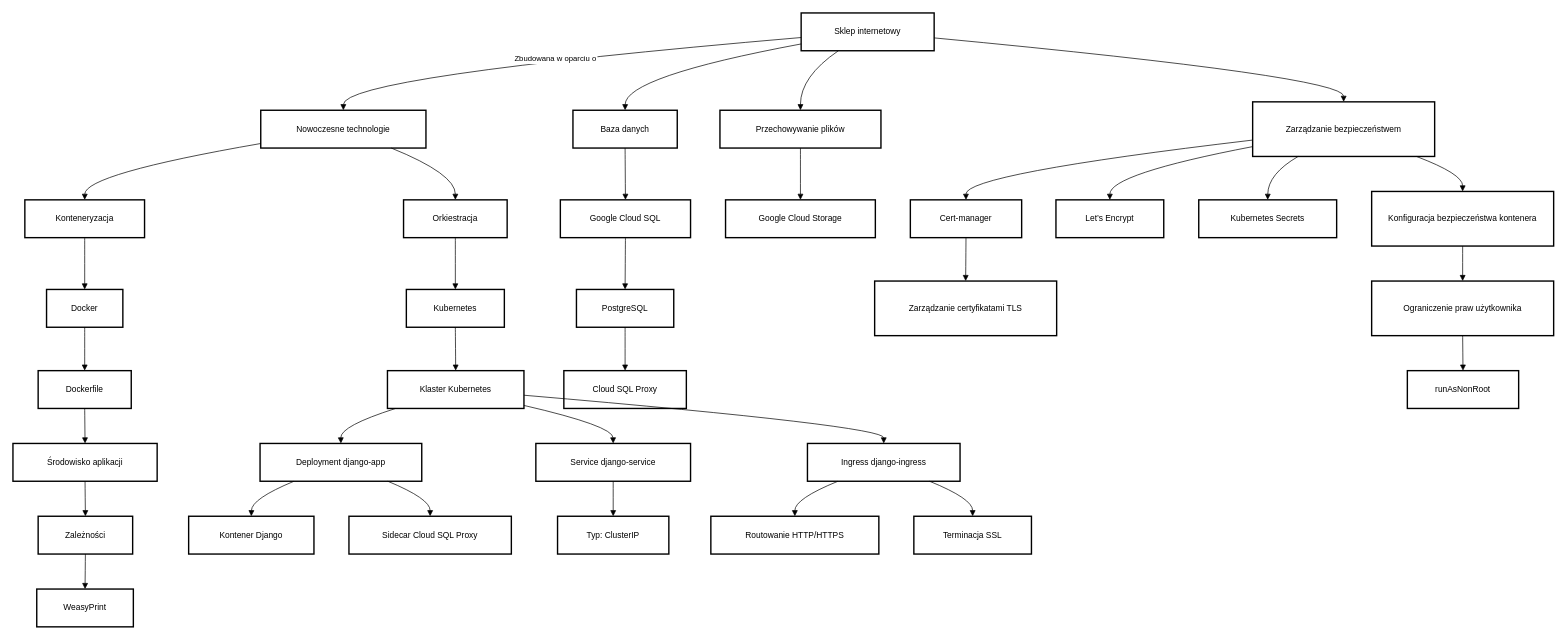
Above: Diagram bez tytułu.drawio in LukLuk01/schematy (draw.io), before the change. Source tidied: cells renumbered, new cells numbered last; positions are measured from the earlier drawing's top-left corner, leaving out a move shared by most shapes. Both pictures are drawn from the tidied source at 70%, with x=0, y=0 at pixel (13, 13).
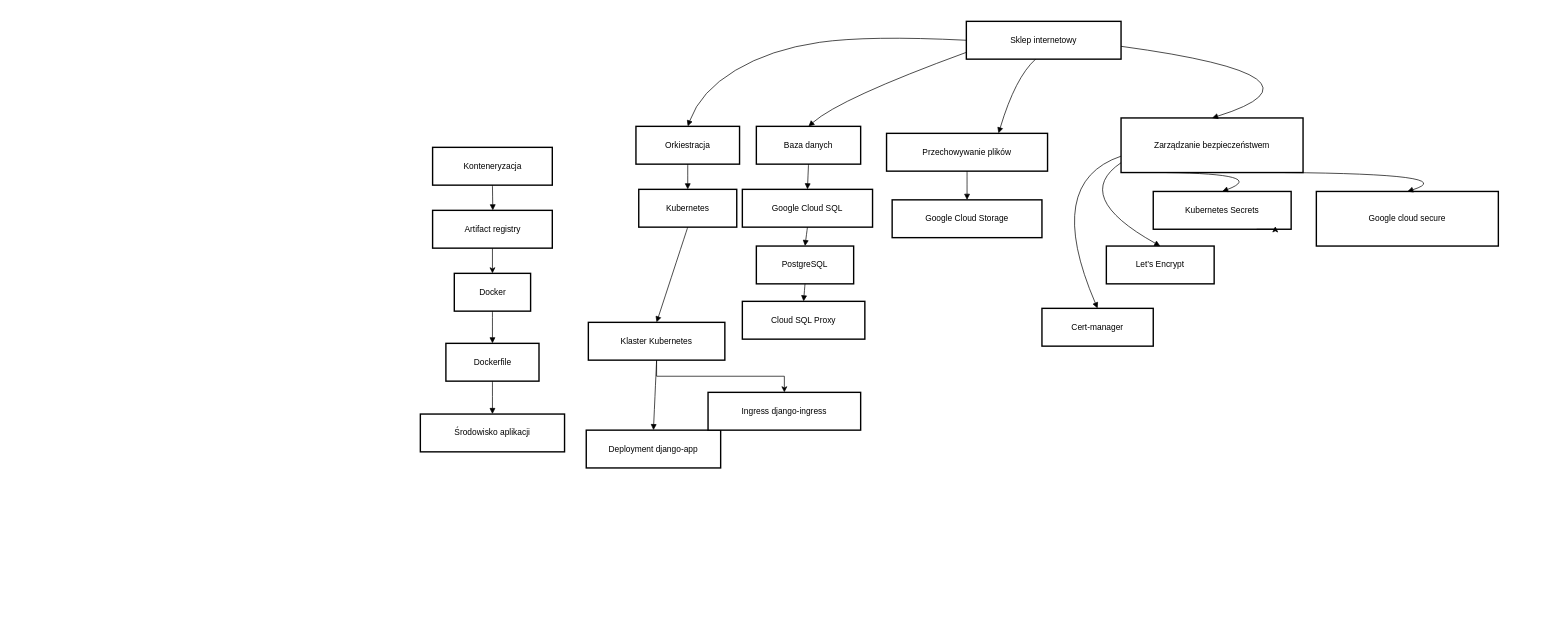
After the change.

What changed in the source:
```diff
@@
     <mxCell id="2" value="Sklep internetowy" style="whiteSpace=wrap;strokeWidth=2;" parent="1" vertex="1">
-      <mxGeometry x="1126" width="190" height="54" as="geometry" />
+      <mxGeometry x="1362" y="12" width="221" height="54" as="geometry" />
     </mxCell>
-    <mxCell id="3" value="Nowoczesne technologie" style="whiteSpace=wrap;strokeWidth=2;" parent="1" vertex="1">
-      <mxGeometry x="354" y="139" width="236" height="54" as="geometry" />
-    </mxCell>
     <mxCell id="4" value="Konteneryzacja" style="whiteSpace=wrap;strokeWidth=2;" parent="1" vertex="1">
-      <mxGeometry x="17" y="267" width="171" height="54" as="geometry" />
+      <mxGeometry x="599.5" y="192" width="171" height="54" as="geometry" />
     </mxCell>
     <mxCell id="5" value="Orkiestracja" style="whiteSpace=wrap;strokeWidth=2;" parent="1" vertex="1">
-      <mxGeometry x="558" y="267" width="148" height="54" as="geometry" />
+      <mxGeometry x="890" y="162" width="148" height="54" as="geometry" />
     </mxCell>
     <mxCell id="6" value="Docker" style="whiteSpace=wrap;strokeWidth=2;" parent="1" vertex="1">
-      <mxGeometry x="48" y="395" width="109" height="54" as="geometry" />
+      <mxGeometry x="630.5" y="372" width="109" height="54" as="geometry" />
     </mxCell>
     <mxCell id="7" value="Kubernetes" style="whiteSpace=wrap;strokeWidth=2;" parent="1" vertex="1">
-      <mxGeometry x="562" y="395" width="140" height="54" as="geometry" />
+      <mxGeometry x="894" y="252" width="140" height="54" as="geometry" />
     </mxCell>
     <mxCell id="8" value="Dockerfile" style="whiteSpace=wrap;strokeWidth=2;" parent="1" vertex="1">
-      <mxGeometry x="36" y="511" width="133" height="54" as="geometry" />
+      <mxGeometry x="618.5" y="472" width="133" height="54" as="geometry" />
     </mxCell>
     <mxCell id="9" value="Środowisko aplikacji" style="whiteSpace=wrap;strokeWidth=2;" parent="1" vertex="1">
-      <mxGeometry y="615" width="206" height="54" as="geometry" />
+      <mxGeometry x="582" y="573" width="206" height="54" as="geometry" />
     </mxCell>
-    <mxCell id="10" value="Zależności" style="whiteSpace=wrap;strokeWidth=2;" parent="1" vertex="1">
-      <mxGeometry x="36" y="719" width="135" height="54" as="geometry" />
-    </mxCell>
-    <mxCell id="11" value="WeasyPrint" style="whiteSpace=wrap;strokeWidth=2;" parent="1" vertex="1">
-      <mxGeometry x="34" y="823" width="138" height="54" as="geometry" />
-    </mxCell>
+    <mxCell id="47" style="edgeStyle=orthogonalEdgeStyle;rounded=0;jettySize=auto;html=1;entryX=0.5;entryY=0;entryDx=0;entryDy=0;" parent="1" edge="1" source="12" target="15">
+      <mxGeometry relative="1" as="geometry" />
+    </mxCell>
     <mxCell id="12" value="Klaster Kubernetes" style="whiteSpace=wrap;strokeWidth=2;" parent="1" vertex="1">
-      <mxGeometry x="535" y="511" width="195" height="54" as="geometry" />
+      <mxGeometry x="822" y="442" width="195" height="54" as="geometry" />
     </mxCell>
     <mxCell id="13" value="Deployment django-app" style="whiteSpace=wrap;strokeWidth=2;" parent="1" vertex="1">
-      <mxGeometry x="353" y="615" width="231" height="54" as="geometry" />
+      <mxGeometry x="819" y="596" width="192" height="54" as="geometry" />
     </mxCell>
-    <mxCell id="14" value="Service django-service" style="whiteSpace=wrap;strokeWidth=2;" parent="1" vertex="1">
-      <mxGeometry x="747" y="615" width="221" height="54" as="geometry" />
-    </mxCell>
     <mxCell id="15" value="Ingress django-ingress" style="whiteSpace=wrap;strokeWidth=2;" parent="1" vertex="1">
-      <mxGeometry x="1135" y="615" width="218" height="54" as="geometry" />
+      <mxGeometry x="993" y="542" width="218" height="54" as="geometry" />
     </mxCell>
-    <mxCell id="16" value="Kontener Django" style="whiteSpace=wrap;strokeWidth=2;" parent="1" vertex="1">
-      <mxGeometry x="251" y="719" width="179" height="54" as="geometry" />
-    </mxCell>
-    <mxCell id="17" value="Sidecar Cloud SQL Proxy" style="whiteSpace=wrap;strokeWidth=2;" parent="1" vertex="1">
-      <mxGeometry x="480" y="719" width="232" height="54" as="geometry" />
-    </mxCell>
-    <mxCell id="18" value="Typ: ClusterIP" style="whiteSpace=wrap;strokeWidth=2;" parent="1" vertex="1">
-      <mxGeometry x="778" y="719" width="159" height="54" as="geometry" />
-    </mxCell>
-    <mxCell id="19" value="Routowanie HTTP/HTTPS" style="whiteSpace=wrap;strokeWidth=2;" parent="1" vertex="1">
-      <mxGeometry x="997" y="719" width="240" height="54" as="geometry" />
-    </mxCell>
-    <mxCell id="20" value="Terminacja SSL" style="whiteSpace=wrap;strokeWidth=2;" parent="1" vertex="1">
-      <mxGeometry x="1287" y="719" width="168" height="54" as="geometry" />
-    </mxCell>
     <mxCell id="21" value="Baza danych" style="whiteSpace=wrap;strokeWidth=2;" parent="1" vertex="1">
-      <mxGeometry x="800" y="139" width="149" height="54" as="geometry" />
+      <mxGeometry x="1062" y="162" width="149" height="54" as="geometry" />
     </mxCell>
     <mxCell id="22" value="Google Cloud SQL" style="whiteSpace=wrap;strokeWidth=2;" parent="1" vertex="1">
-      <mxGeometry x="782" y="267" width="186" height="54" as="geometry" />
+      <mxGeometry x="1042" y="252" width="186" height="54" as="geometry" />
     </mxCell>
     <mxCell id="23" value="PostgreSQL" style="whiteSpace=wrap;strokeWidth=2;" parent="1" vertex="1">
-      <mxGeometry x="805" y="395" width="139" height="54" as="geometry" />
+      <mxGeometry x="1062" y="333" width="139" height="54" as="geometry" />
     </mxCell>
     <mxCell id="24" value="Cloud SQL Proxy" style="whiteSpace=wrap;strokeWidth=2;" parent="1" vertex="1">
-      <mxGeometry x="787" y="511" width="175" height="54" as="geometry" />
+      <mxGeometry x="1042" y="412" width="175" height="54" as="geometry" />
     </mxCell>
     <mxCell id="25" value="Przechowywanie plików" style="whiteSpace=wrap;strokeWidth=2;" parent="1" vertex="1">
-      <mxGeometry x="1010" y="139" width="230" height="54" as="geometry" />
+      <mxGeometry x="1248" y="172" width="230" height="54" as="geometry" />
     </mxCell>
     <mxCell id="26" value="Google Cloud Storage" style="whiteSpace=wrap;strokeWidth=2;" parent="1" vertex="1">
-      <mxGeometry x="1018" y="267" width="214" height="54" as="geometry" />
+      <mxGeometry x="1256" y="267" width="214" height="54" as="geometry" />
     </mxCell>
     <mxCell id="27" value="Zarządzanie bezpieczeństwem" style="whiteSpace=wrap;strokeWidth=2;" parent="1" vertex="1">
-      <mxGeometry x="1771" y="127" width="260" height="78" as="geometry" />
+      <mxGeometry x="1583" y="150" width="260" height="78" as="geometry" />
     </mxCell>
     <mxCell id="28" value="Cert-manager" style="whiteSpace=wrap;strokeWidth=2;" parent="1" vertex="1">
-      <mxGeometry x="1282" y="267" width="159" height="54" as="geometry" />
+      <mxGeometry x="1470" y="422" width="159" height="54" as="geometry" />
     </mxCell>
     <mxCell id="29" value="Let’s Encrypt" style="whiteSpace=wrap;strokeWidth=2;" parent="1" vertex="1">
-      <mxGeometry x="1490" y="267" width="154" height="54" as="geometry" />
+      <mxGeometry x="1562" y="333" width="154" height="54" as="geometry" />
     </mxCell>
     <mxCell id="30" value="Kubernetes Secrets" style="whiteSpace=wrap;strokeWidth=2;" parent="1" vertex="1">
-      <mxGeometry x="1694" y="267" width="197" height="54" as="geometry" />
+      <mxGeometry x="1629" y="255" width="197" height="54" as="geometry" />
     </mxCell>
-    <mxCell id="31" value="Konfiguracja bezpieczeństwa kontenera" style="whiteSpace=wrap;strokeWidth=2;" parent="1" vertex="1">
-      <mxGeometry x="1941" y="255" width="260" height="78" as="geometry" />
+    <mxCell id="31" value="Google cloud secure" style="whiteSpace=wrap;strokeWidth=2;" parent="1" vertex="1">
+      <mxGeometry x="1862" y="255" width="260" height="78" as="geometry" />
     </mxCell>
-    <mxCell id="32" value="Zarządzanie certyfikatami TLS" style="whiteSpace=wrap;strokeWidth=2;" parent="1" vertex="1">
-      <mxGeometry x="1231" y="383" width="260" height="78" as="geometry" />
-    </mxCell>
-    <mxCell id="33" value="Ograniczenie praw użytkownika" style="whiteSpace=wrap;strokeWidth=2;" parent="1" vertex="1">
-      <mxGeometry x="1941" y="383" width="260" height="78" as="geometry" />
-    </mxCell>
-    <mxCell id="34" value="runAsNonRoot" style="whiteSpace=wrap;strokeWidth=2;" parent="1" vertex="1">
-      <mxGeometry x="1992" y="511" width="159" height="54" as="geometry" />
-    </mxCell>
-    <mxCell id="35" value="Zbudowana w oparciu o" style="curved=1;startArrow=none;endArrow=block;exitX=0;exitY=0.65;entryX=0.5;entryY=0;" parent="1" edge="1" source="2" target="3">
-      <mxGeometry relative="1" as="geometry">
-        <Array as="points">
-          <mxPoint x="472" y="91" />
-        </Array>
-      </mxGeometry>
-    </mxCell>
-    <mxCell id="36" style="curved=1;startArrow=none;endArrow=block;exitX=0;exitY=0.88;entryX=0.5;entryY=0;" parent="1" edge="1" source="3" target="4">
+    <mxCell id="36" style="curved=1;startArrow=none;endArrow=block;exitX=0;exitY=0.5;entryX=0.5;entryY=0;entryDx=0;entryDy=0;exitDx=0;exitDy=0;" parent="1" edge="1" source="2" target="5">
       <mxGeometry relative="1" as="geometry">
         <Array as="points">
-          <mxPoint x="103" y="230" />
+          <mxPoint x="1222" y="32" />
+          <mxPoint x="1082" y="52" />
+          <mxPoint x="982" y="112" />
         </Array>
       </mxGeometry>
     </mxCell>
-    <mxCell id="37" style="curved=1;startArrow=none;endArrow=block;exitX=0.79;exitY=1;entryX=0.5;entryY=0;" parent="1" edge="1" source="3" target="5">
-      <mxGeometry relative="1" as="geometry">
-        <Array as="points">
-          <mxPoint x="632" y="230" />
-        </Array>
-      </mxGeometry>
-    </mxCell>
-    <mxCell id="38" style="curved=1;startArrow=none;endArrow=block;exitX=0.5;exitY=1;entryX=0.5;entryY=0;" parent="1" edge="1" source="4" target="6">
-      <mxGeometry relative="1" as="geometry" />
+    <mxCell id="38" style="curved=1;startArrow=none;endArrow=block;exitX=0.5;exitY=1;" parent="1" edge="1" source="4">
+      <mxGeometry relative="1" as="geometry">
+        <mxPoint x="685.5" y="282" as="targetPoint" />
+      </mxGeometry>
     </mxCell>
@@
-    <mxCell id="42" style="curved=1;startArrow=none;endArrow=block;exitX=0.5;exitY=1;entryX=0.5;entryY=0;" parent="1" edge="1" source="9" target="10">
-      <mxGeometry relative="1" as="geometry" />
-    </mxCell>
-    <mxCell id="43" style="curved=1;startArrow=none;endArrow=block;exitX=0.5;exitY=1;entryX=0.5;entryY=0;" parent="1" edge="1" source="10" target="11">
-      <mxGeometry relative="1" as="geometry" />
-    </mxCell>
@@
-    <mxCell id="45" style="curved=1;startArrow=none;endArrow=block;exitX=0.06;exitY=1;entryX=0.5;entryY=0;" parent="1" edge="1" source="12" target="13">
-      <mxGeometry relative="1" as="geometry">
-        <Array as="points">
-          <mxPoint x="468" y="590" />
-        </Array>
-      </mxGeometry>
+    <mxCell id="45" style="curved=1;startArrow=none;endArrow=block;exitX=0.5;exitY=1;entryX=0.5;entryY=0;exitDx=0;exitDy=0;" parent="1" edge="1" source="12" target="13">
+      <mxGeometry relative="1" as="geometry" />
     </mxCell>
-    <mxCell id="46" style="curved=1;startArrow=none;endArrow=block;exitX=1;exitY=0.92;entryX=0.5;entryY=0;" parent="1" edge="1" source="12" target="14">
-      <mxGeometry relative="1" as="geometry">
-        <Array as="points">
-          <mxPoint x="857" y="590" />
-        </Array>
-      </mxGeometry>
-    </mxCell>
-    <mxCell id="47" style="curved=1;startArrow=none;endArrow=block;exitX=1;exitY=0.65;entryX=0.5;entryY=0;" parent="1" edge="1" source="12" target="15">
-      <mxGeometry relative="1" as="geometry">
-        <Array as="points">
-          <mxPoint x="1244" y="590" />
-        </Array>
-      </mxGeometry>
-    </mxCell>
-    <mxCell id="48" style="curved=1;startArrow=none;endArrow=block;exitX=0.21;exitY=1;entryX=0.5;entryY=0;" parent="1" edge="1" source="13" target="16">
-      <mxGeometry relative="1" as="geometry">
-        <Array as="points">
-          <mxPoint x="341" y="694" />
-        </Array>
-      </mxGeometry>
-    </mxCell>
-    <mxCell id="49" style="curved=1;startArrow=none;endArrow=block;exitX=0.79;exitY=1;entryX=0.5;entryY=0;" parent="1" edge="1" source="13" target="17">
-      <mxGeometry relative="1" as="geometry">
-        <Array as="points">
-          <mxPoint x="596" y="694" />
-        </Array>
-      </mxGeometry>
-    </mxCell>
-    <mxCell id="50" style="curved=1;startArrow=none;endArrow=block;exitX=0.5;exitY=1;entryX=0.5;entryY=0;" parent="1" edge="1" source="14" target="18">
-      <mxGeometry relative="1" as="geometry" />
-    </mxCell>
-    <mxCell id="51" style="curved=1;startArrow=none;endArrow=block;exitX=0.2;exitY=1;entryX=0.5;entryY=0;" parent="1" edge="1" source="15" target="19">
-      <mxGeometry relative="1" as="geometry">
-        <Array as="points">
-          <mxPoint x="1117" y="694" />
-        </Array>
-      </mxGeometry>
-    </mxCell>
-    <mxCell id="52" style="curved=1;startArrow=none;endArrow=block;exitX=0.8;exitY=1;entryX=0.5;entryY=0;" parent="1" edge="1" source="15" target="20">
-      <mxGeometry relative="1" as="geometry">
-        <Array as="points">
-          <mxPoint x="1371" y="694" />
-        </Array>
-      </mxGeometry>
-    </mxCell>
     <mxCell id="53" style="curved=1;startArrow=none;endArrow=block;exitX=0;exitY=0.82;entryX=0.5;entryY=0;" parent="1" edge="1" source="2" target="21">
       <mxGeometry relative="1" as="geometry">
         <Array as="points">
-          <mxPoint x="875" y="91" />
+          <mxPoint x="1182" y="122" />
         </Array>
       </mxGeometry>
     </mxCell>
@@
-    <mxCell id="57" style="curved=1;startArrow=none;endArrow=block;exitX=0.28;exitY=1;entryX=0.5;entryY=0;" parent="1" edge="1" source="2" target="25">
+    <mxCell id="57" style="curved=1;startArrow=none;endArrow=block;exitX=0.28;exitY=1;entryX=0.5;entryY=0;" parent="1" edge="1">
       <mxGeometry relative="1" as="geometry">
+        <mxPoint x="1460.9" y="66" as="sourcePoint" />
+        <mxPoint x="1408" y="172" as="targetPoint" />
         <Array as="points">
-          <mxPoint x="1125" y="91" />
+          <mxPoint x="1432" y="92" />
         </Array>
       </mxGeometry>
     </mxCell>
@@
     <mxCell id="60" style="curved=1;startArrow=none;endArrow=block;exitX=0;exitY=0.7;entryX=0.5;entryY=0;" parent="1" edge="1" source="27" target="28">
       <mxGeometry relative="1" as="geometry">
         <Array as="points">
-          <mxPoint x="1361" y="230" />
+          <mxPoint x="1472" y="242" />
         </Array>
       </mxGeometry>
     </mxCell>
     <mxCell id="61" style="curved=1;startArrow=none;endArrow=block;exitX=0;exitY=0.82;entryX=0.5;entryY=0;" parent="1" edge="1" source="27" target="29">
       <mxGeometry relative="1" as="geometry">
         <Array as="points">
-          <mxPoint x="1567" y="230" />
+          <mxPoint x="1512" y="262" />
         </Array>
       </mxGeometry>
     </mxCell>
@@
-    <mxCell id="64" style="curved=1;startArrow=none;endArrow=block;exitX=0.5;exitY=1;entryX=0.5;entryY=0;" parent="1" edge="1" source="28" target="32">
-      <mxGeometry relative="1" as="geometry" />
-    </mxCell>
-    <mxCell id="65" style="curved=1;startArrow=none;endArrow=block;exitX=0.5;exitY=1;entryX=0.5;entryY=0;" parent="1" edge="1" source="31" target="33">
-      <mxGeometry relative="1" as="geometry" />
-    </mxCell>
-    <mxCell id="66" style="curved=1;startArrow=none;endArrow=block;exitX=0.5;exitY=1;entryX=0.5;entryY=0;" parent="1" edge="1" source="33" target="34">
-      <mxGeometry relative="1" as="geometry" />
-    </mxCell>
+    <mxCell id="67" style="edgeStyle=orthogonalEdgeStyle;rounded=0;orthogonalLoop=1;jettySize=auto;html=1;exitX=0.75;exitY=1;exitDx=0;exitDy=0;entryX=0.885;entryY=0.923;entryDx=0;entryDy=0;entryPerimeter=0;" parent="1" edge="1" source="30" target="30">
+      <mxGeometry relative="1" as="geometry" />
+    </mxCell>
+    <mxCell id="68" style="edgeStyle=orthogonalEdgeStyle;rounded=0;jettySize=auto;html=1;exitX=0.5;exitY=1;exitDx=0;exitDy=0;entryX=0.5;entryY=0;entryDx=0;entryDy=0;" parent="1" edge="1" source="69" target="6">
+      <mxGeometry relative="1" as="geometry" />
+    </mxCell>
+    <mxCell id="69" value="Artifact registry" style="whiteSpace=wrap;strokeWidth=2;" parent="1" vertex="1">
+      <mxGeometry x="599.5" y="282" width="171" height="54" as="geometry" />
+    </mxCell>
```
